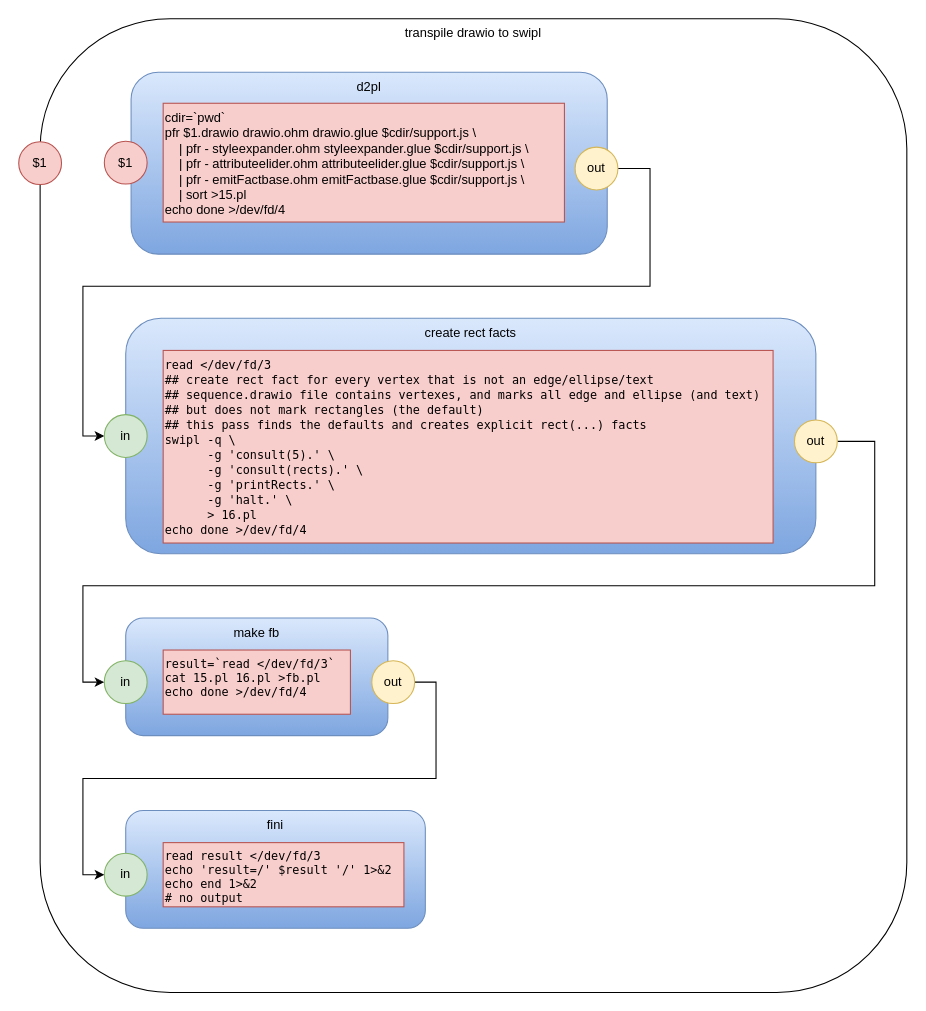
Before: transpile_drawio_to_swipl.drawio in guitarvydas/vsh, a draw.io diagram. Source tidied: cells renumbered, new cells numbered last; positions are measured from the earlier drawing's top-left corner, leaving out a move shared by most shapes. Both pictures are drawn from the tidied source at 107%, with x=0, y=0 at pixel (18, 18).
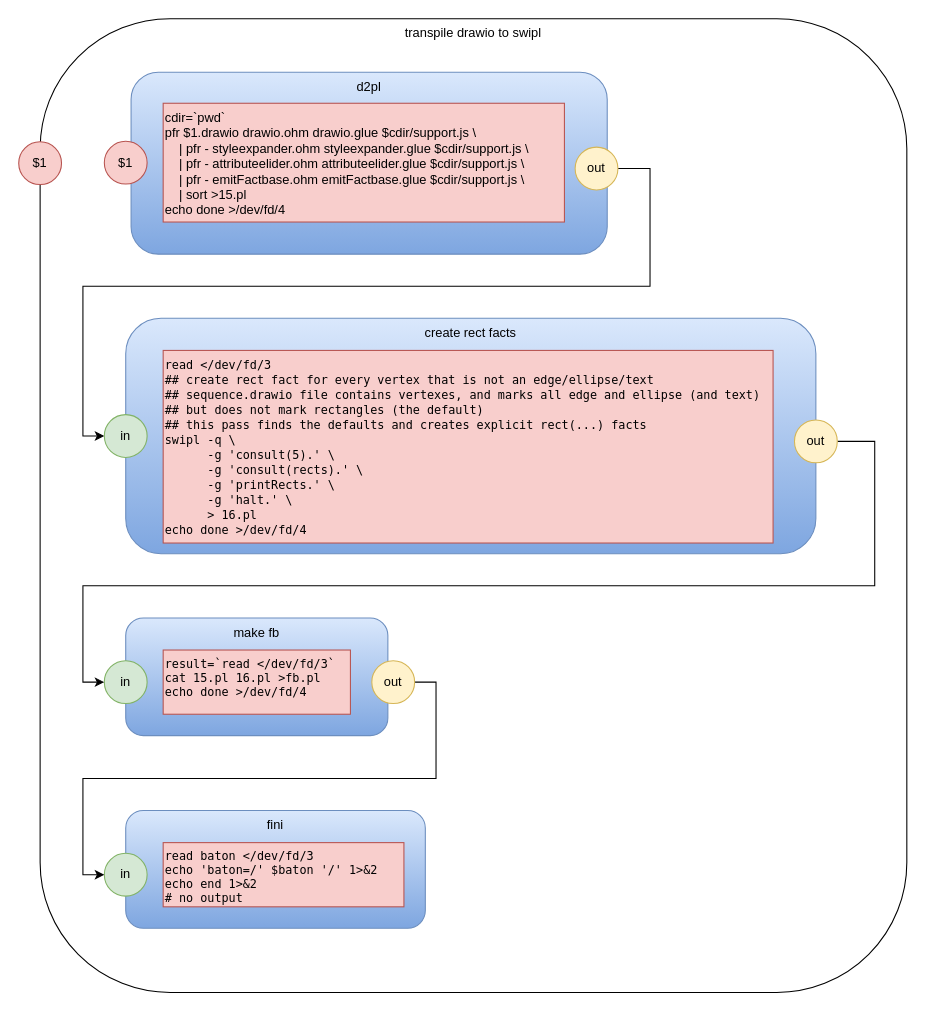
The same page after the edit.

Change to the diagram source:
```diff
@@
-    <mxCell id="19" value="&lt;p class=&quot;p1&quot; style=&quot;margin: 0px ; font-stretch: normal ; font-size: 11px ; line-height: normal ; font-family: &amp;#34;menlo&amp;#34;&quot;&gt;&lt;span class=&quot;s1&quot;&gt;read result &amp;lt;/dev/fd/3&lt;/span&gt;&lt;/p&gt;&lt;p class=&quot;p1&quot; style=&quot;margin: 0px ; font-stretch: normal ; font-size: 11px ; line-height: normal ; font-family: &amp;#34;menlo&amp;#34;&quot;&gt;&lt;span class=&quot;s1&quot;&gt;echo 'result=/' $result '/' 1&amp;gt;&amp;amp;2&lt;/span&gt;&lt;/p&gt;&lt;p class=&quot;p1&quot; style=&quot;margin: 0px ; font-stretch: normal ; font-size: 11px ; line-height: normal ; font-family: &amp;#34;menlo&amp;#34;&quot;&gt;&lt;span class=&quot;s1&quot;&gt;echo end 1&amp;gt;&amp;amp;2&lt;/span&gt;&lt;/p&gt;&lt;p class=&quot;p1&quot; style=&quot;margin: 0px ; font-stretch: normal ; font-size: 11px ; line-height: normal ; font-family: &amp;#34;menlo&amp;#34;&quot;&gt;&lt;span class=&quot;s1&quot;&gt;# no output&lt;/span&gt;&lt;/p&gt;" style="rounded=0;whiteSpace=wrap;html=1;fillColor=#f8cecc;strokeColor=#b85450;align=left;verticalAlign=top;" parent="1" vertex="1">
+    <mxCell id="19" value="&lt;p class=&quot;p1&quot; style=&quot;margin: 0px ; font-stretch: normal ; font-size: 11px ; line-height: normal ; font-family: &amp;#34;menlo&amp;#34;&quot;&gt;&lt;span class=&quot;s1&quot;&gt;read baton &amp;lt;/dev/fd/3&lt;/span&gt;&lt;/p&gt;&lt;p class=&quot;p1&quot; style=&quot;margin: 0px ; font-stretch: normal ; font-size: 11px ; line-height: normal ; font-family: &amp;#34;menlo&amp;#34;&quot;&gt;&lt;span class=&quot;s1&quot;&gt;echo 'baton=/' $baton '/' 1&amp;gt;&amp;amp;2&lt;/span&gt;&lt;/p&gt;&lt;p class=&quot;p1&quot; style=&quot;margin: 0px ; font-stretch: normal ; font-size: 11px ; line-height: normal ; font-family: &amp;#34;menlo&amp;#34;&quot;&gt;&lt;span class=&quot;s1&quot;&gt;echo end 1&amp;gt;&amp;amp;2&lt;/span&gt;&lt;/p&gt;&lt;p class=&quot;p1&quot; style=&quot;margin: 0px ; font-stretch: normal ; font-size: 11px ; line-height: normal ; font-family: &amp;#34;menlo&amp;#34;&quot;&gt;&lt;span class=&quot;s1&quot;&gt;# no output&lt;/span&gt;&lt;/p&gt;" style="rounded=0;whiteSpace=wrap;html=1;fillColor=#f8cecc;strokeColor=#b85450;align=left;verticalAlign=top;" parent="1" vertex="1">
       <mxGeometry x="135" y="770" width="225" height="60" as="geometry" />
     </mxCell>
```
